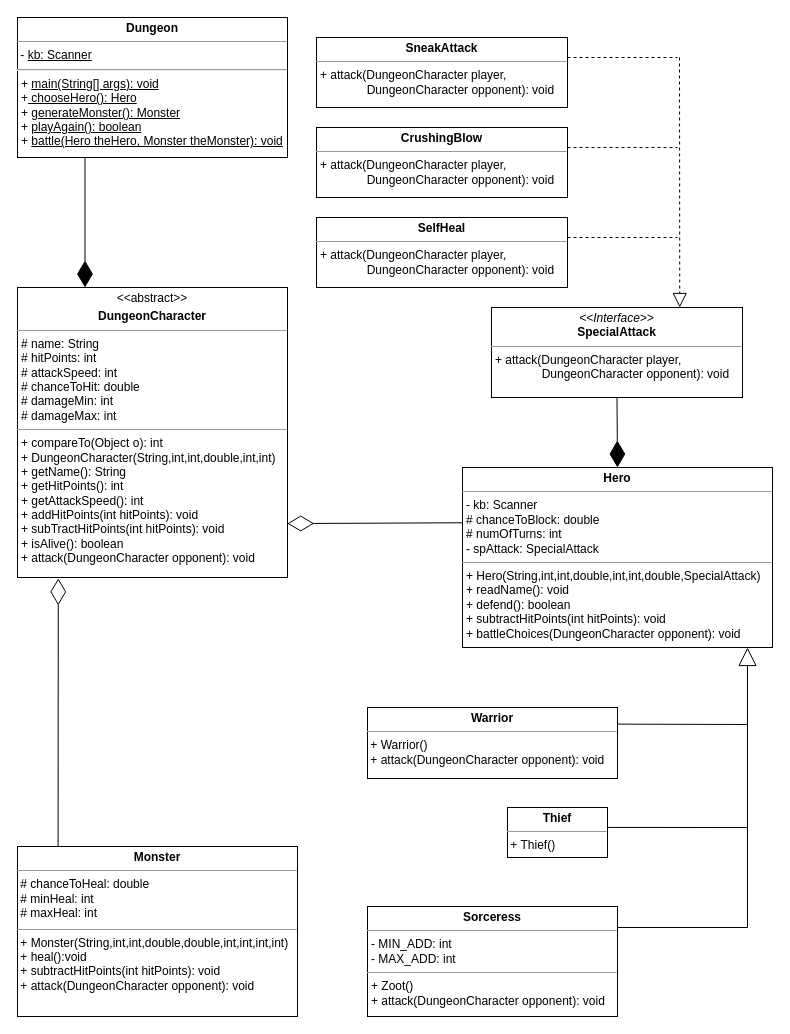
Before: UMLDrafts/RefactoringUMLFinalDraft.drawio in miasmith5/Heros-Monsters, a draw.io diagram. Source tidied: cells renumbered, new cells numbered last; positions are measured from the earlier drawing's top-left corner, leaving out a move shared by most shapes. Both pictures are drawn from the tidied source at 100%, with x=0, y=0 at pixel (17, 17).
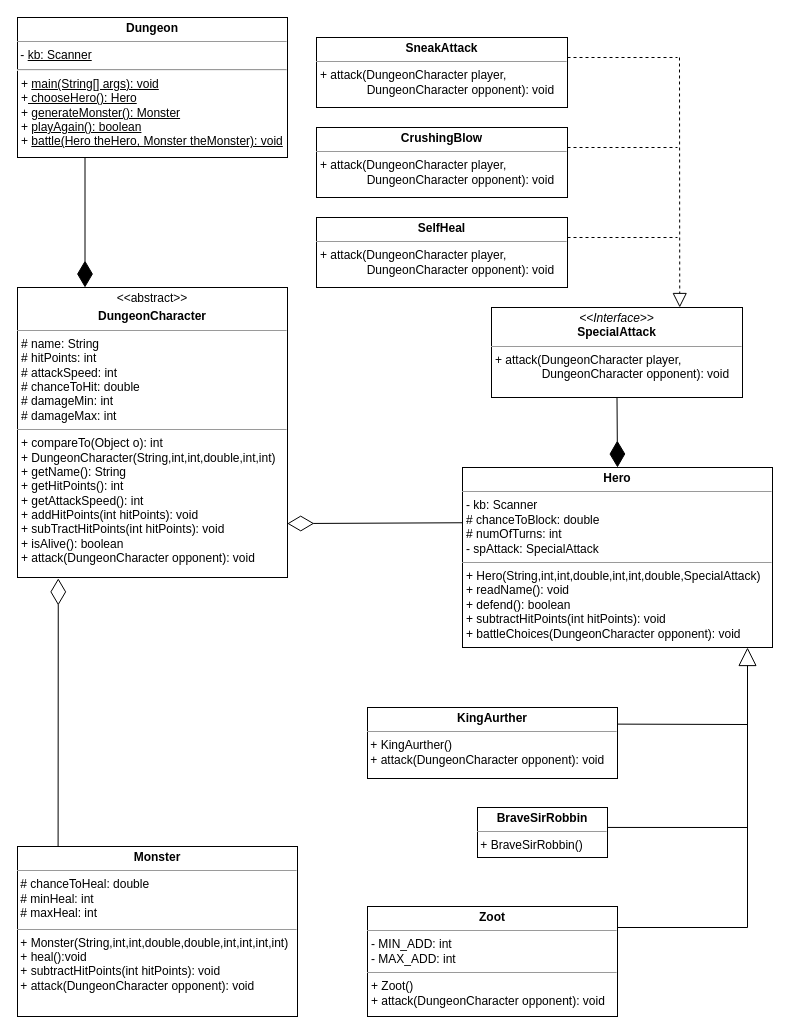
The same page after the edit.

What changed in the source:
```diff
@@
-    <mxCell id="9" value="&lt;p style=&quot;margin: 0px ; margin-top: 4px ; text-align: center&quot;&gt;&lt;b&gt;Warrior&lt;/b&gt;&lt;/p&gt;&lt;hr size=&quot;1&quot;&gt;&lt;div style=&quot;height: 2px&quot;&gt;&amp;nbsp;+ Warrior()&lt;br style=&quot;padding: 0px ; margin: 0px&quot;&gt;&amp;nbsp;+ attack(DungeonCharacter opponent): void&lt;/div&gt;" style="verticalAlign=top;align=left;overflow=fill;fontSize=12;fontFamily=Helvetica;html=1;" parent="1" vertex="1">
+    <mxCell id="9" value="&lt;p style=&quot;margin: 0px ; margin-top: 4px ; text-align: center&quot;&gt;&lt;b&gt;KingAurther&lt;/b&gt;&lt;/p&gt;&lt;hr size=&quot;1&quot;&gt;&lt;div style=&quot;height: 2px&quot;&gt;&amp;nbsp;+ KingAurther()&lt;br style=&quot;padding: 0px ; margin: 0px&quot;&gt;&amp;nbsp;+ attack(DungeonCharacter opponent): void&lt;/div&gt;" style="verticalAlign=top;align=left;overflow=fill;fontSize=12;fontFamily=Helvetica;html=1;" parent="1" vertex="1">
       <mxGeometry x="350" y="690" width="250" height="71" as="geometry" />
     </mxCell>
-    <mxCell id="10" value="&lt;p style=&quot;margin: 0px ; margin-top: 4px ; text-align: center&quot;&gt;&lt;b&gt;Thief&lt;/b&gt;&lt;/p&gt;&lt;hr size=&quot;1&quot;&gt;&lt;div style=&quot;height: 2px&quot;&gt;&amp;nbsp;+ Thief()&lt;br&gt;&lt;/div&gt;" style="verticalAlign=top;align=left;overflow=fill;fontSize=12;fontFamily=Helvetica;html=1;" parent="1" vertex="1">
-      <mxGeometry x="490" y="790" width="100" height="50" as="geometry" />
+    <mxCell id="10" value="&lt;p style=&quot;margin: 0px ; margin-top: 4px ; text-align: center&quot;&gt;&lt;b&gt;BraveSirRobbin&lt;/b&gt;&lt;/p&gt;&lt;hr size=&quot;1&quot;&gt;&lt;div style=&quot;height: 2px&quot;&gt;&amp;nbsp;+ BraveSirRobbin()&lt;br&gt;&lt;/div&gt;" style="verticalAlign=top;align=left;overflow=fill;fontSize=12;fontFamily=Helvetica;html=1;" parent="1" vertex="1">
+      <mxGeometry x="460" y="790" width="130" height="50" as="geometry" />
     </mxCell>
@@
-    <mxCell id="14" value="&lt;p style=&quot;margin: 0px ; margin-top: 4px ; text-align: center&quot;&gt;&lt;b&gt;Sorceress&lt;/b&gt;&lt;/p&gt;&lt;hr size=&quot;1&quot;&gt;&lt;p style=&quot;margin: 0px ; margin-left: 4px&quot;&gt;- MIN_ADD: int&lt;br style=&quot;padding: 0px ; margin: 0px&quot;&gt;- MAX_ADD: int&lt;br&gt;&lt;/p&gt;&lt;hr size=&quot;1&quot;&gt;&lt;p style=&quot;margin: 0px ; margin-left: 4px&quot;&gt;+ Zoot()&lt;br style=&quot;padding: 0px ; margin: 0px&quot;&gt;+ attack(DungeonCharacter opponent): void&lt;br&gt;&lt;/p&gt;" style="verticalAlign=top;align=left;overflow=fill;fontSize=12;fontFamily=Helvetica;html=1;" parent="1" vertex="1">
+    <mxCell id="14" value="&lt;p style=&quot;margin: 0px ; margin-top: 4px ; text-align: center&quot;&gt;&lt;b&gt;Zoot&lt;/b&gt;&lt;/p&gt;&lt;hr size=&quot;1&quot;&gt;&lt;p style=&quot;margin: 0px ; margin-left: 4px&quot;&gt;- MIN_ADD: int&lt;br style=&quot;padding: 0px ; margin: 0px&quot;&gt;- MAX_ADD: int&lt;br&gt;&lt;/p&gt;&lt;hr size=&quot;1&quot;&gt;&lt;p style=&quot;margin: 0px ; margin-left: 4px&quot;&gt;+ Zoot()&lt;br style=&quot;padding: 0px ; margin: 0px&quot;&gt;+ attack(DungeonCharacter opponent): void&lt;br&gt;&lt;/p&gt;" style="verticalAlign=top;align=left;overflow=fill;fontSize=12;fontFamily=Helvetica;html=1;" parent="1" vertex="1">
       <mxGeometry x="350" y="889" width="250" height="110" as="geometry" />
     </mxCell>
```
